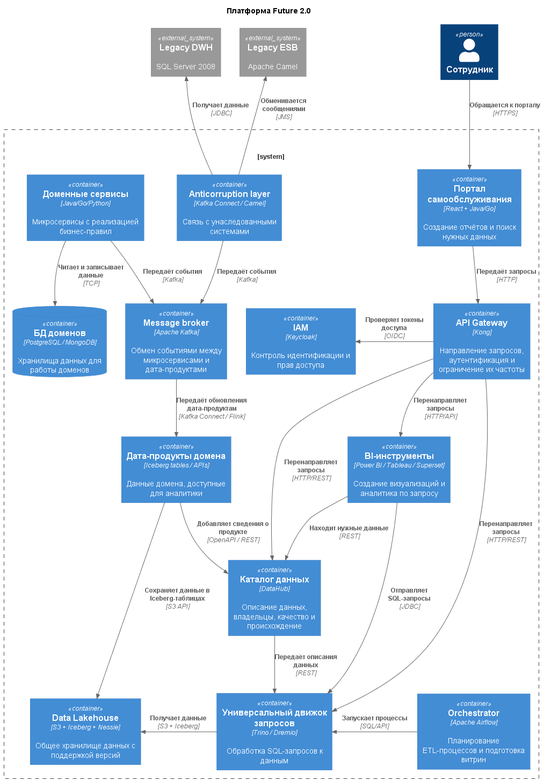
This is Task3Advanced/C4_Container.png from vsevolod-nikitin/yandex-practicum-architecture-pro-future_2_0, a PlantUML export, as it was before one commit. Source of this version:
```plantuml
@startuml C4_Container
!include https://raw.githubusercontent.com/plantuml-stdlib/C4-PlantUML/master/C4_Container.puml
!include https://raw.githubusercontent.com/plantuml-stdlib/C4-PlantUML/master/C4_Component.puml

title Платформа Future 2.0

Person(employee, "Сотрудник")

System_Boundary(future, "") {
    Container(portal, "Портал самообслуживания", "React + Java/Go", "Создание отчётов и поиск нужных данных")
    Container(api_gateway, "API Gateway", "Kong", "Направление запросов, аутентификация и ограничение их частоты")

    Container(event_platform, "Message broker", "Apache Kafka", "Обмен событиями между микросервисами и дата-продуктами")

    Container(domain_service, "Доменные сервисы", "Java/Go/Python", "Микросервисы с реализацией бизнес-правил")
    ContainerDb(domain_db, "БД доменов", "PostgreSQL / MongoDB", "Хранилища данных для работы доменов")
    Container(domain_data_product, "Дата-продукты домена", "Iceberg tables / APIs", "Данные домена, доступные для аналитики")

    Container(data_catalog, "Каталог данных", "DataHub", "Описание данных, владельцы, качество и происхождение")
    Container(data_lakehouse, "Data Lakehouse", "S3 + Iceberg + Nessie", "Общее хранилище данных с поддержкой версий")
    Container(query_engine, "Универсальный движок запросов", "Trino / Dremio", "Обработка SQL-запросов к данным")

    Container(iam, "IAM", "Keycloak", "Контроль идентификации и прав доступа")
    Container(airflow, "Orchestrator", "Apache Airflow", "Планирование ETL-процессов и подготовка витрин")
    Container(ac, "Anticorruption layer", "Kafka Connect / Camel", "Связь с унаследованными системами")
    Container(bi_tools, "BI-инструменты", "Power BI / Tableau / Superset", "Создание визуализаций и аналитика по запросу")
}

System_Ext(legacy_dwh, "Legacy DWH", "SQL Server 2008")
System_Ext(legacy_esb, "Legacy ESB", "Apache Camel")

Rel_D(domain_service, domain_db, "Читает и записывает данные", "TCP")
Rel(domain_service, event_platform, "Передаёт события", "Kafka")
Rel(event_platform, domain_data_product, "Передаёт обновления дата-продуктам", "Kafka Connect / Flink")
Rel(domain_data_product, data_lakehouse, "Сохраняет данные в Iceberg-таблицах", "S3 API")

Rel(domain_data_product, data_catalog, "Добавляет сведения о продукте", "OpenAPI / REST")
Rel(data_catalog, query_engine, "Передаёт описания данных", "REST")

Rel(bi_tools, query_engine, "Отправляет SQL-запросы", "JDBC")
Rel(bi_tools, data_catalog, "Находит нужные данные", "REST")

Rel(employee, portal, "Обращается к порталу", "HTTPS")
Rel(portal, api_gateway, "Передаёт запросы", "HTTP")

Rel(api_gateway, query_engine, "Перенаправляет запросы", "HTTP/REST")
Rel(api_gateway, data_catalog, "Перенаправляет запросы", "HTTP/REST")
Rel(api_gateway, bi_tools, "Перенаправляет запросы", "HTTP/API")

Rel_L(api_gateway, iam, "Проверяет токены доступа", "OIDC")

Rel_R(query_engine, data_lakehouse, "Получает данные", "S3 + Iceberg")
Rel_L(airflow, query_engine, "Запускает процессы", "SQL/API")
Rel_U(ac, legacy_dwh, "Получает данные", "JDBC")
Rel_U(ac, legacy_esb, "Обменивается сообщениями", "JMS")
Rel(ac, event_platform, "Передаёт события", "Kafka")

@enduml
```
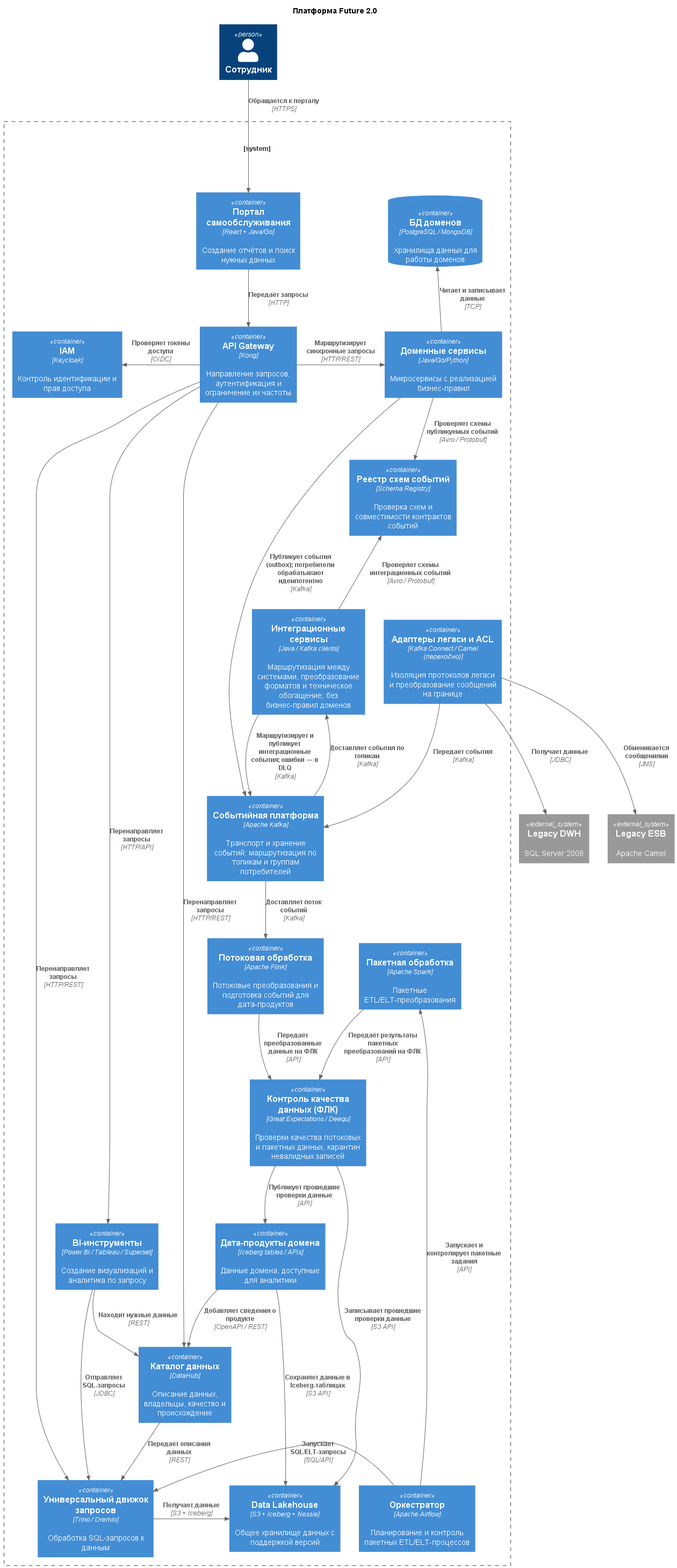
The same file after the commit.

Commit message:
Доработка схемы задание 3

Change to the diagram source:
```diff
@@ -10,29 +10,43 @@
     Container(portal, "Портал самообслуживания", "React + Java/Go", "Создание отчётов и поиск нужных данных")
     Container(api_gateway, "API Gateway", "Kong", "Направление запросов, аутентификация и ограничение их частоты")
 
-    Container(event_platform, "Message broker", "Apache Kafka", "Обмен событиями между микросервисами и дата-продуктами")
+    Container(event_platform, "Событийная платформа", "Apache Kafka", "Транспорт и хранение событий; маршрутизация по топикам и группам потребителей")
+    Container(schema_registry, "Реестр схем событий", "Schema Registry", "Проверка схем и совместимости контрактов событий")
 
     Container(domain_service, "Доменные сервисы", "Java/Go/Python", "Микросервисы с реализацией бизнес-правил")
     ContainerDb(domain_db, "БД доменов", "PostgreSQL / MongoDB", "Хранилища данных для работы доменов")
     Container(domain_data_product, "Дата-продукты домена", "Iceberg tables / APIs", "Данные домена, доступные для аналитики")
+    Container(integration_services, "Интеграционные сервисы", "Java / Kafka clients", "Маршрутизация между системами, преобразование форматов и техническое обогащение; без бизнес-правил доменов")
+    Container(stream_processing, "Потоковая обработка", "Apache Flink", "Потоковые преобразования и подготовка событий для дата-продуктов")
+    Container(batch_processing, "Пакетная обработка", "Apache Spark", "Пакетные ETL/ELT-преобразования")
+    Container(data_quality, "Контроль качества данных (ФЛК)", "Great Expectations / Deequ", "Проверки качества потоковых и пакетных данных, карантин невалидных записей")
 
     Container(data_catalog, "Каталог данных", "DataHub", "Описание данных, владельцы, качество и происхождение")
     Container(data_lakehouse, "Data Lakehouse", "S3 + Iceberg + Nessie", "Общее хранилище данных с поддержкой версий")
     Container(query_engine, "Универсальный движок запросов", "Trino / Dremio", "Обработка SQL-запросов к данным")
 
     Container(iam, "IAM", "Keycloak", "Контроль идентификации и прав доступа")
-    Container(airflow, "Orchestrator", "Apache Airflow", "Планирование ETL-процессов и подготовка витрин")
-    Container(ac, "Anticorruption layer", "Kafka Connect / Camel", "Связь с унаследованными системами")
+    Container(airflow, "Оркестратор", "Apache Airflow", "Планирование и контроль пакетных ETL/ELT-процессов")
+    Container(ac, "Адаптеры легаси и ACL", "Kafka Connect / Camel (переходно)", "Изоляция протоколов легаси и преобразование сообщений на границе")
     Container(bi_tools, "BI-инструменты", "Power BI / Tableau / Superset", "Создание визуализаций и аналитика по запросу")
 }
 
 System_Ext(legacy_dwh, "Legacy DWH", "SQL Server 2008")
 System_Ext(legacy_esb, "Legacy ESB", "Apache Camel")
 
-Rel_D(domain_service, domain_db, "Читает и записывает данные", "TCP")
-Rel(domain_service, event_platform, "Передаёт события", "Kafka")
-Rel(event_platform, domain_data_product, "Передаёт обновления дата-продуктам", "Kafka Connect / Flink")
+Rel_U(domain_service, domain_db, "Читает и записывает данные", "TCP")
+Rel(domain_service, event_platform, "Публикует события (outbox); потребители обрабатывают идемпотентно", "Kafka")
+Rel(domain_service, schema_registry, "Проверяет схемы публикуемых событий", "Avro / Protobuf")
+Rel(event_platform, stream_processing, "Доставляет поток событий", "Kafka")
+Rel(stream_processing, data_quality, "Передаёт преобразованные данные на ФЛК", "API")
+Rel(data_quality, domain_data_product, "Публикует прошедшие проверки данные", "API")
+Rel(event_platform, integration_services, "Доставляет события по топикам", "Kafka")
+Rel(integration_services, event_platform, "Маршрутизирует и публикует интеграционные события; ошибки — в DLQ", "Kafka")
+Rel_U(integration_services, schema_registry, "Проверяет схемы интеграционных событий", "Avro / Protobuf")
 Rel(domain_data_product, data_lakehouse, "Сохраняет данные в Iceberg-таблицах", "S3 API")
+Rel_U(airflow, batch_processing, "Запускает и контролирует пакетные задания", "API")
+Rel(batch_processing, data_quality, "Передаёт результаты пакетных преобразований на ФЛК", "API")
+Rel(data_quality, data_lakehouse, "Записывает прошедшие проверки данные", "S3 API")
 
 Rel(domain_data_product, data_catalog, "Добавляет сведения о продукте", "OpenAPI / REST")
 Rel(data_catalog, query_engine, "Передаёт описания данных", "REST")
@@ -46,13 +60,14 @@
 Rel(api_gateway, query_engine, "Перенаправляет запросы", "HTTP/REST")
 Rel(api_gateway, data_catalog, "Перенаправляет запросы", "HTTP/REST")
 Rel(api_gateway, bi_tools, "Перенаправляет запросы", "HTTP/API")
+Rel_R(api_gateway, domain_service, "Маршрутизирует синхронные запросы", "HTTP/REST")
 
 Rel_L(api_gateway, iam, "Проверяет токены доступа", "OIDC")
 
 Rel_R(query_engine, data_lakehouse, "Получает данные", "S3 + Iceberg")
-Rel_L(airflow, query_engine, "Запускает процессы", "SQL/API")
-Rel_U(ac, legacy_dwh, "Получает данные", "JDBC")
-Rel_U(ac, legacy_esb, "Обменивается сообщениями", "JMS")
+Rel_L(airflow, query_engine, "Запускает SQL/ELT-запросы", "SQL/API")
+Rel(ac, legacy_dwh, "Получает данные", "JDBC")
+Rel(ac, legacy_esb, "Обменивается сообщениями", "JMS")
 Rel(ac, event_platform, "Передаёт события", "Kafka")
 
 @enduml
```
